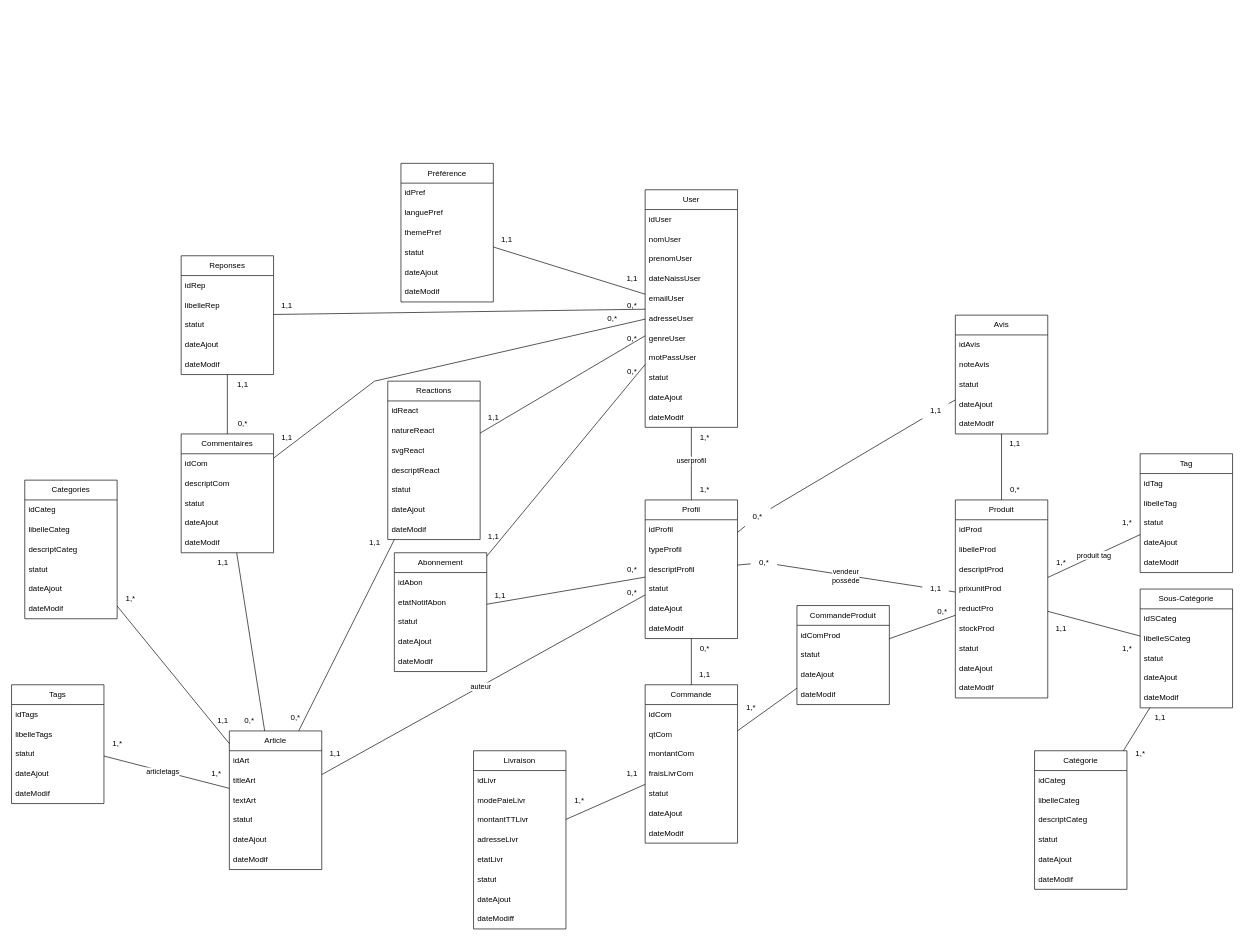
Earlier version of the draw.io diagram page "mct" (1 of 2) of mctmodel.drawio (maldoq/modelsDjangoProject). Source tidied: cells renumbered, new cells numbered last; positions are measured from the earlier drawing's top-left corner, leaving out a move shared by most shapes. Both pictures are drawn from the tidied source at 66%, with x=0, y=0 at pixel (11, 163).
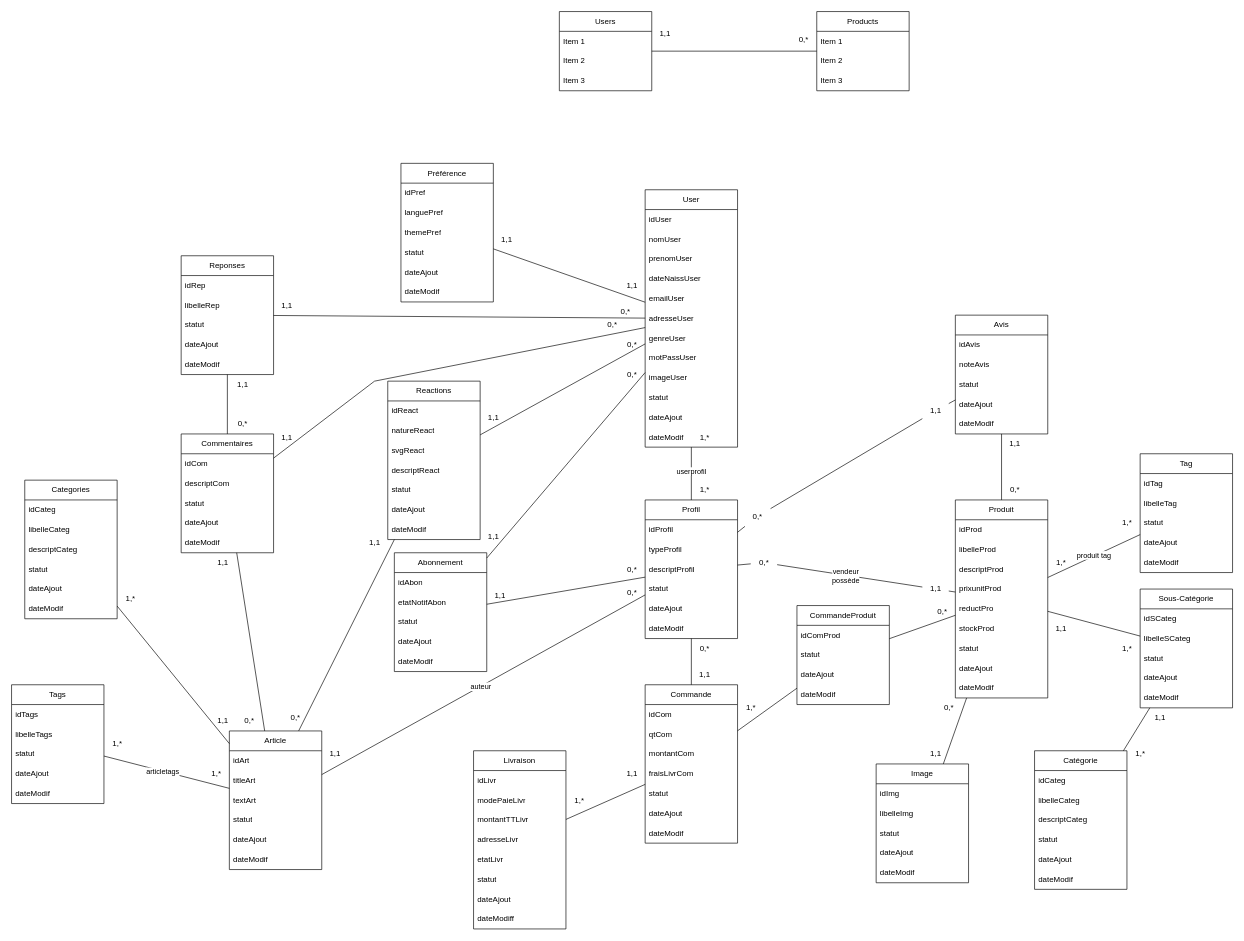
After the change.

Unchanged cells that the change refers to:
```xml
<mxCell id="31" value="Produit" style="swimlane;fontStyle=0;horizontal=1;startSize=30;whiteSpace=wrap;html=1;" parent="1" vertex="1">
  <mxGeometry x="1430" y="510" width="140" height="300" as="geometry" />
</mxCell>
```

Change to the diagram source:
```diff
@@
     <mxCell id="2" value="User" style="swimlane;fontStyle=0;horizontal=1;startSize=30;whiteSpace=wrap;html=1;" parent="1" vertex="1">
-      <mxGeometry x="960" y="40" width="140" height="360" as="geometry" />
+      <mxGeometry x="960" y="40" width="140" height="390" as="geometry" />
     </mxCell>
@@
+    <mxCell id="207" value="imageUser" style="text;strokeColor=none;fillColor=none;align=left;verticalAlign=middle;spacingLeft=4;spacingRight=4;overflow=hidden;whiteSpace=wrap;html=1;" parent="2" vertex="1">
+      <mxGeometry y="270" width="140" height="30" as="geometry" />
+    </mxCell>
     <mxCell id="11" value="statut" style="text;strokeColor=none;fillColor=none;align=left;verticalAlign=middle;spacingLeft=4;spacingRight=4;overflow=hidden;whiteSpace=wrap;html=1;" parent="2" vertex="1">
-      <mxGeometry y="270" width="140" height="30" as="geometry" />
+      <mxGeometry y="300" width="140" height="30" as="geometry" />
     </mxCell>
     <mxCell id="12" value="dateAjout" style="text;strokeColor=none;fillColor=none;align=left;verticalAlign=middle;spacingLeft=4;spacingRight=4;overflow=hidden;whiteSpace=wrap;html=1;" parent="2" vertex="1">
-      <mxGeometry y="300" width="140" height="30" as="geometry" />
+      <mxGeometry y="330" width="140" height="30" as="geometry" />
     </mxCell>
     <mxCell id="13" value="dateModif" style="text;strokeColor=none;fillColor=none;align=left;verticalAlign=middle;spacingLeft=4;spacingRight=4;overflow=hidden;whiteSpace=wrap;html=1;" parent="2" vertex="1">
-      <mxGeometry y="330" width="140" height="30" as="geometry" />
+      <mxGeometry y="360" width="140" height="30" as="geometry" />
     </mxCell>
@@
     <mxCell id="182" value="0,*" style="text;html=1;align=center;verticalAlign=middle;strokeColor=none;fillColor=none;" parent="1" vertex="1">
-      <mxGeometry x="920" y="300" width="40" height="30" as="geometry" />
+      <mxGeometry x="920" y="305" width="40" height="30" as="geometry" />
     </mxCell>
@@
     <mxCell id="190" value="0,*" style="text;html=1;align=center;verticalAlign=middle;strokeColor=none;fillColor=none;" parent="1" vertex="1">
-      <mxGeometry x="920" y="250" width="40" height="30" as="geometry" />
+      <mxGeometry x="920" y="260" width="40" height="30" as="geometry" />
     </mxCell>
@@
     <mxCell id="202" value="0,*" style="text;html=1;align=center;verticalAlign=middle;strokeColor=none;fillColor=none;" parent="1" vertex="1">
-      <mxGeometry x="920" y="200" width="40" height="30" as="geometry" />
+      <mxGeometry x="910" y="210" width="40" height="30" as="geometry" />
     </mxCell>
@@
     <mxCell id="204" value="0,*" style="text;html=1;align=center;verticalAlign=middle;strokeColor=none;fillColor=none;" parent="1" vertex="1">
-      <mxGeometry x="890" y="220" width="40" height="30" as="geometry" />
+      <mxGeometry x="890" y="230" width="40" height="30" as="geometry" />
     </mxCell>
@@
     <mxCell id="206" value="1,1" style="text;html=1;align=center;verticalAlign=middle;strokeColor=none;fillColor=none;" parent="1" vertex="1">
-      <mxGeometry x="920" y="160" width="40" height="30" as="geometry" />
+      <mxGeometry x="920" y="170" width="40" height="30" as="geometry" />
     </mxCell>
+    <mxCell id="208" value="Users" style="swimlane;fontStyle=0;horizontal=1;startSize=30;whiteSpace=wrap;html=1;" parent="1" vertex="1">
+      <mxGeometry x="830" y="-230" width="140" height="120" as="geometry" />
+    </mxCell>
+    <mxCell id="209" value="Item 1" style="text;strokeColor=none;fillColor=none;align=left;verticalAlign=middle;spacingLeft=4;spacingRight=4;overflow=hidden;whiteSpace=wrap;html=1;" parent="208" vertex="1">
+      <mxGeometry y="30" width="140" height="30" as="geometry" />
+    </mxCell>
+    <mxCell id="210" value="Item 2" style="text;strokeColor=none;fillColor=none;align=left;verticalAlign=middle;spacingLeft=4;spacingRight=4;overflow=hidden;whiteSpace=wrap;html=1;" parent="208" vertex="1">
+      <mxGeometry y="60" width="140" height="30" as="geometry" />
+    </mxCell>
+    <mxCell id="211" value="Item 3" style="text;strokeColor=none;fillColor=none;align=left;verticalAlign=middle;spacingLeft=4;spacingRight=4;overflow=hidden;whiteSpace=wrap;html=1;" parent="208" vertex="1">
+      <mxGeometry y="90" width="140" height="30" as="geometry" />
+    </mxCell>
+    <mxCell id="212" value="Products" style="swimlane;fontStyle=0;horizontal=1;startSize=30;whiteSpace=wrap;html=1;" parent="1" vertex="1">
+      <mxGeometry x="1220" y="-230" width="140" height="120" as="geometry" />
+    </mxCell>
+    <mxCell id="213" value="Item 1" style="text;strokeColor=none;fillColor=none;align=left;verticalAlign=middle;spacingLeft=4;spacingRight=4;overflow=hidden;whiteSpace=wrap;html=1;" parent="212" vertex="1">
+      <mxGeometry y="30" width="140" height="30" as="geometry" />
+    </mxCell>
+    <mxCell id="214" value="Item 2" style="text;strokeColor=none;fillColor=none;align=left;verticalAlign=middle;spacingLeft=4;spacingRight=4;overflow=hidden;whiteSpace=wrap;html=1;" parent="212" vertex="1">
+      <mxGeometry y="60" width="140" height="30" as="geometry" />
+    </mxCell>
+    <mxCell id="215" value="Item 3" style="text;strokeColor=none;fillColor=none;align=left;verticalAlign=middle;spacingLeft=4;spacingRight=4;overflow=hidden;whiteSpace=wrap;html=1;" parent="212" vertex="1">
+      <mxGeometry y="90" width="140" height="30" as="geometry" />
+    </mxCell>
+    <mxCell id="216" style="endArrow=none;html=1;rounded=0;" parent="1" edge="1" source="208" target="212">
+      <mxGeometry relative="1" as="geometry" />
+    </mxCell>
+    <mxCell id="217" value="1,1" style="text;html=1;align=center;verticalAlign=middle;strokeColor=none;fillColor=none;" parent="1" vertex="1">
+      <mxGeometry x="970" y="-212" width="40" height="30" as="geometry" />
+    </mxCell>
+    <mxCell id="218" value="0,*" style="text;html=1;align=center;verticalAlign=middle;strokeColor=none;fillColor=none;" parent="1" vertex="1">
+      <mxGeometry x="1180" y="-202" width="40" height="30" as="geometry" />
+    </mxCell>
+    <mxCell id="219" value="Image" style="swimlane;fontStyle=0;horizontal=1;startSize=30;whiteSpace=wrap;html=1;" parent="1" vertex="1">
+      <mxGeometry x="1310" y="910" width="140" height="180" as="geometry" />
+    </mxCell>
+    <mxCell id="220" value="idImg" style="text;strokeColor=none;fillColor=none;align=left;verticalAlign=middle;spacingLeft=4;spacingRight=4;overflow=hidden;whiteSpace=wrap;html=1;" parent="219" vertex="1">
+      <mxGeometry y="30" width="140" height="30" as="geometry" />
+    </mxCell>
+    <mxCell id="221" value="libelleImg" style="text;strokeColor=none;fillColor=none;align=left;verticalAlign=middle;spacingLeft=4;spacingRight=4;overflow=hidden;whiteSpace=wrap;html=1;" parent="219" vertex="1">
+      <mxGeometry y="60" width="140" height="30" as="geometry" />
+    </mxCell>
+    <mxCell id="222" value="statut" style="text;strokeColor=none;fillColor=none;align=left;verticalAlign=middle;spacingLeft=4;spacingRight=4;overflow=hidden;whiteSpace=wrap;html=1;" parent="219" vertex="1">
+      <mxGeometry y="90" width="140" height="30" as="geometry" />
+    </mxCell>
+    <mxCell id="223" value="dateAjout" style="text;strokeColor=none;fillColor=none;align=left;verticalAlign=middle;spacingLeft=4;spacingRight=4;overflow=hidden;whiteSpace=wrap;html=1;" parent="219" vertex="1">
+      <mxGeometry y="120" width="140" height="30" as="geometry" />
+    </mxCell>
+    <mxCell id="224" value="dateModif" style="text;strokeColor=none;fillColor=none;align=left;verticalAlign=middle;spacingLeft=4;spacingRight=4;overflow=hidden;whiteSpace=wrap;html=1;" parent="219" vertex="1">
+      <mxGeometry y="150" width="140" height="30" as="geometry" />
+    </mxCell>
+    <mxCell id="225" style="endArrow=none;html=1;rounded=0;" parent="1" edge="1" source="219" target="31">
+      <mxGeometry relative="1" as="geometry" />
+    </mxCell>
+    <mxCell id="226" value="1,1" style="text;html=1;align=center;verticalAlign=middle;strokeColor=none;fillColor=none;" parent="1" vertex="1">
+      <mxGeometry x="1380" y="880" width="40" height="30" as="geometry" />
+    </mxCell>
+    <mxCell id="227" value="0,*" style="text;html=1;align=center;verticalAlign=middle;strokeColor=none;fillColor=none;" parent="1" vertex="1">
+      <mxGeometry x="1400" y="810" width="40" height="30" as="geometry" />
+    </mxCell>
```
